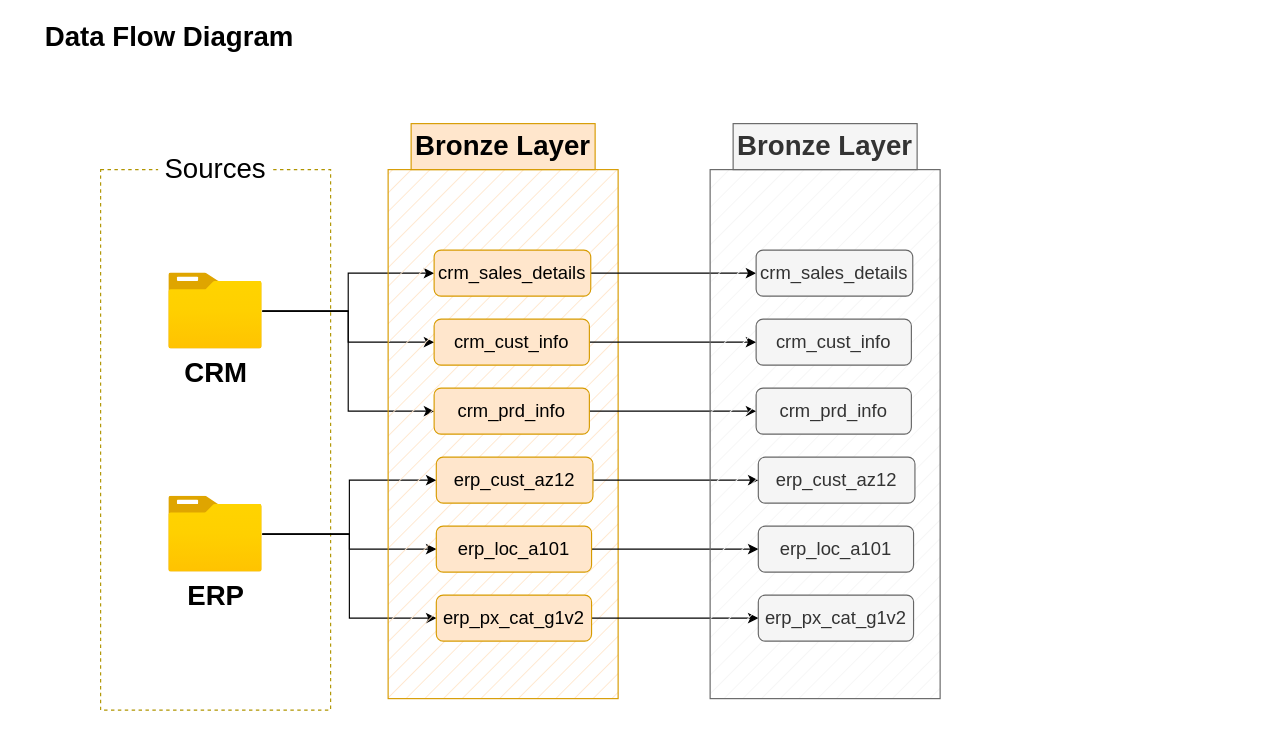
Above: page "Data Flow Diagram" (2 of 4) of docs/Data_Flow_DIagram.drawio in Michael-Beckers/sql_data_warehouse_project (draw.io), before the change. Source tidied: cells renumbered, new cells numbered last; positions are measured from the earlier drawing's top-left corner, leaving out a move shared by most shapes. Both pictures are drawn from the tidied source at 115%, with x=0, y=0 at pixel (20, 20).
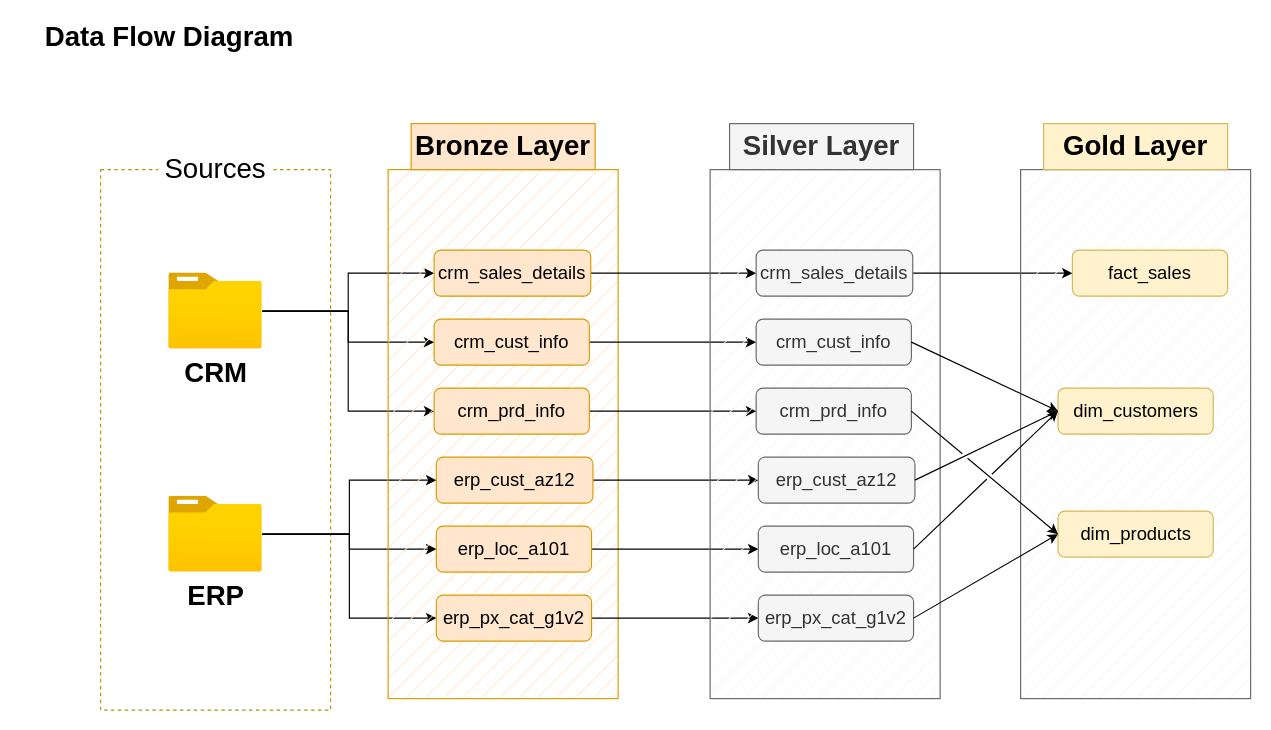
Above is the later version.

Unchanged cells that the change refers to:
```xml
<mxCell id="29" value="&lt;font style=&quot;font-size: 16px;&quot;&gt;crm_sales_details&lt;/font&gt;" style="rounded=1;whiteSpace=wrap;html=1;fillColor=#f5f5f5;strokeColor=#666666;fontColor=#333333;" parent="1" vertex="1">
  <mxGeometry x="640" y="200" width="136.2" height="40" as="geometry" />
</mxCell>
<mxCell id="30" value="&lt;font style=&quot;font-size: 16px;&quot;&gt;crm_cust_info&lt;/font&gt;" style="rounded=1;whiteSpace=wrap;html=1;fillColor=#f5f5f5;strokeColor=#666666;fontColor=#333333;" parent="1" vertex="1">
  <mxGeometry x="640" y="260" width="135" height="40" as="geometry" />
</mxCell>
<mxCell id="31" value="&lt;font style=&quot;font-size: 16px;&quot;&gt;crm_prd_info&lt;/font&gt;" style="rounded=1;whiteSpace=wrap;html=1;fillColor=#f5f5f5;strokeColor=#666666;fontColor=#333333;" parent="1" vertex="1">
  <mxGeometry x="640" y="320" width="135" height="40" as="geometry" />
</mxCell>
<mxCell id="32" value="&lt;font style=&quot;font-size: 16px;&quot;&gt;erp_cust_az12&lt;/font&gt;" style="rounded=1;whiteSpace=wrap;html=1;fillColor=#f5f5f5;strokeColor=#666666;fontColor=#333333;" parent="1" vertex="1">
  <mxGeometry x="641.9" y="380" width="136.2" height="40" as="geometry" />
</mxCell>
<mxCell id="33" value="&lt;font style=&quot;font-size: 16px;&quot;&gt;erp_loc_a101&lt;/font&gt;" style="rounded=1;whiteSpace=wrap;html=1;fillColor=#f5f5f5;strokeColor=#666666;fontColor=#333333;" parent="1" vertex="1">
  <mxGeometry x="641.9" y="440" width="135" height="40" as="geometry" />
</mxCell>
<mxCell id="34" value="&lt;font style=&quot;font-size: 16px;&quot;&gt;erp_px_cat_g1v2&lt;/font&gt;" style="rounded=1;whiteSpace=wrap;html=1;fillColor=#f5f5f5;strokeColor=#666666;fontColor=#333333;" parent="1" vertex="1">
  <mxGeometry x="641.9" y="500" width="135" height="40" as="geometry" />
</mxCell>
```

Change to the diagram source:
```diff
@@
-    <mxCell id="28" value="&lt;b&gt;&lt;font style=&quot;font-size: 24px;&quot;&gt;Bronze Layer&lt;/font&gt;&lt;/b&gt;" style="rounded=0;whiteSpace=wrap;html=1;fillColor=#f5f5f5;strokeColor=#666666;fontColor=#333333;" parent="1" vertex="1">
-      <mxGeometry x="620" y="90" width="160" height="40" as="geometry" />
+    <mxCell id="28" value="&lt;b&gt;&lt;font style=&quot;font-size: 24px;&quot;&gt;Silver Layer&lt;/font&gt;&lt;/b&gt;" style="rounded=0;whiteSpace=wrap;html=1;fillColor=#f5f5f5;strokeColor=#666666;fontColor=#333333;" parent="1" vertex="1">
+      <mxGeometry x="616.9" y="90" width="160" height="40" as="geometry" />
     </mxCell>
+    <mxCell id="35" style="edgeStyle=orthogonalEdgeStyle;rounded=0;jettySize=auto;html=1;entryX=0;entryY=0.5;entryDx=0;entryDy=0;" parent="1" edge="1" source="29" target="38">
+      <mxGeometry relative="1" as="geometry" />
+    </mxCell>
@@
+    <mxCell id="36" style="rounded=0;whiteSpace=wrap;html=1;fillColor=#f5f5f5;strokeColor=#666666;fillStyle=hatch;fontColor=#333333;" parent="1" vertex="1">
+      <mxGeometry x="870" y="130" width="200" height="460" as="geometry" />
+    </mxCell>
+    <mxCell id="37" value="&lt;b&gt;&lt;font style=&quot;font-size: 24px;&quot;&gt;Gold Layer&lt;/font&gt;&lt;/b&gt;" style="rounded=0;whiteSpace=wrap;html=1;fillColor=#fff2cc;strokeColor=#d6b656;" parent="1" vertex="1">
+      <mxGeometry x="890" y="90" width="160" height="40" as="geometry" />
+    </mxCell>
+    <mxCell id="38" value="&lt;font style=&quot;font-size: 16px;&quot;&gt;fact_sales&lt;/font&gt;" style="rounded=1;whiteSpace=wrap;html=1;fillColor=#fff2cc;strokeColor=#d6b656;" parent="1" vertex="1">
+      <mxGeometry x="915" y="200" width="135" height="40" as="geometry" />
+    </mxCell>
+    <mxCell id="39" value="&lt;font style=&quot;font-size: 16px;&quot;&gt;dim_customers&lt;/font&gt;" style="rounded=1;whiteSpace=wrap;html=1;fillColor=#fff2cc;strokeColor=#d6b656;" parent="1" vertex="1">
+      <mxGeometry x="902.5" y="320" width="135" height="40" as="geometry" />
+    </mxCell>
+    <mxCell id="40" value="&lt;font style=&quot;font-size: 16px;&quot;&gt;dim_products&lt;/font&gt;" style="rounded=1;whiteSpace=wrap;html=1;fillColor=#fff2cc;strokeColor=#d6b656;" parent="1" vertex="1">
+      <mxGeometry x="902.5" y="427" width="135" height="40" as="geometry" />
+    </mxCell>
+    <mxCell id="41" style="edgeStyle=orthogonalEdgeStyle;rounded=0;orthogonalLoop=1;jettySize=auto;html=1;exitX=0.5;exitY=1;exitDx=0;exitDy=0;" parent="1" edge="1" source="40" target="40">
+      <mxGeometry relative="1" as="geometry" />
+    </mxCell>
+    <mxCell id="42" style="endArrow=classic;html=1;rounded=0;exitX=1;exitY=0.5;exitDx=0;exitDy=0;entryX=0;entryY=0.5;entryDx=0;entryDy=0;" parent="1" edge="1" source="30" target="39">
+      <mxGeometry relative="1" as="geometry" />
+    </mxCell>
+    <mxCell id="43" style="endArrow=classic;html=1;rounded=0;exitX=1;exitY=0.5;exitDx=0;exitDy=0;entryX=0;entryY=0.5;entryDx=0;entryDy=0;jumpStyle=gap;" parent="1" edge="1" source="32" target="39">
+      <mxGeometry relative="1" as="geometry" />
+    </mxCell>
+    <mxCell id="44" style="endArrow=classic;html=1;rounded=0;exitX=1;exitY=0.5;exitDx=0;exitDy=0;entryX=0;entryY=0.5;entryDx=0;entryDy=0;jumpStyle=gap;" parent="1" edge="1" source="31" target="40">
+      <mxGeometry relative="1" as="geometry" />
+    </mxCell>
+    <mxCell id="45" style="endArrow=classic;html=1;rounded=0;exitX=1;exitY=0.5;exitDx=0;exitDy=0;entryX=0;entryY=0.5;entryDx=0;entryDy=0;jumpStyle=gap;" parent="1" edge="1" source="34" target="40">
+      <mxGeometry relative="1" as="geometry" />
+    </mxCell>
+    <mxCell id="46" style="endArrow=classic;html=1;rounded=0;exitX=1;exitY=0.5;exitDx=0;exitDy=0;entryX=0;entryY=0.5;entryDx=0;entryDy=0;jumpStyle=gap;" parent="1" edge="1" source="33" target="39">
+      <mxGeometry relative="1" as="geometry" />
+    </mxCell>
```
